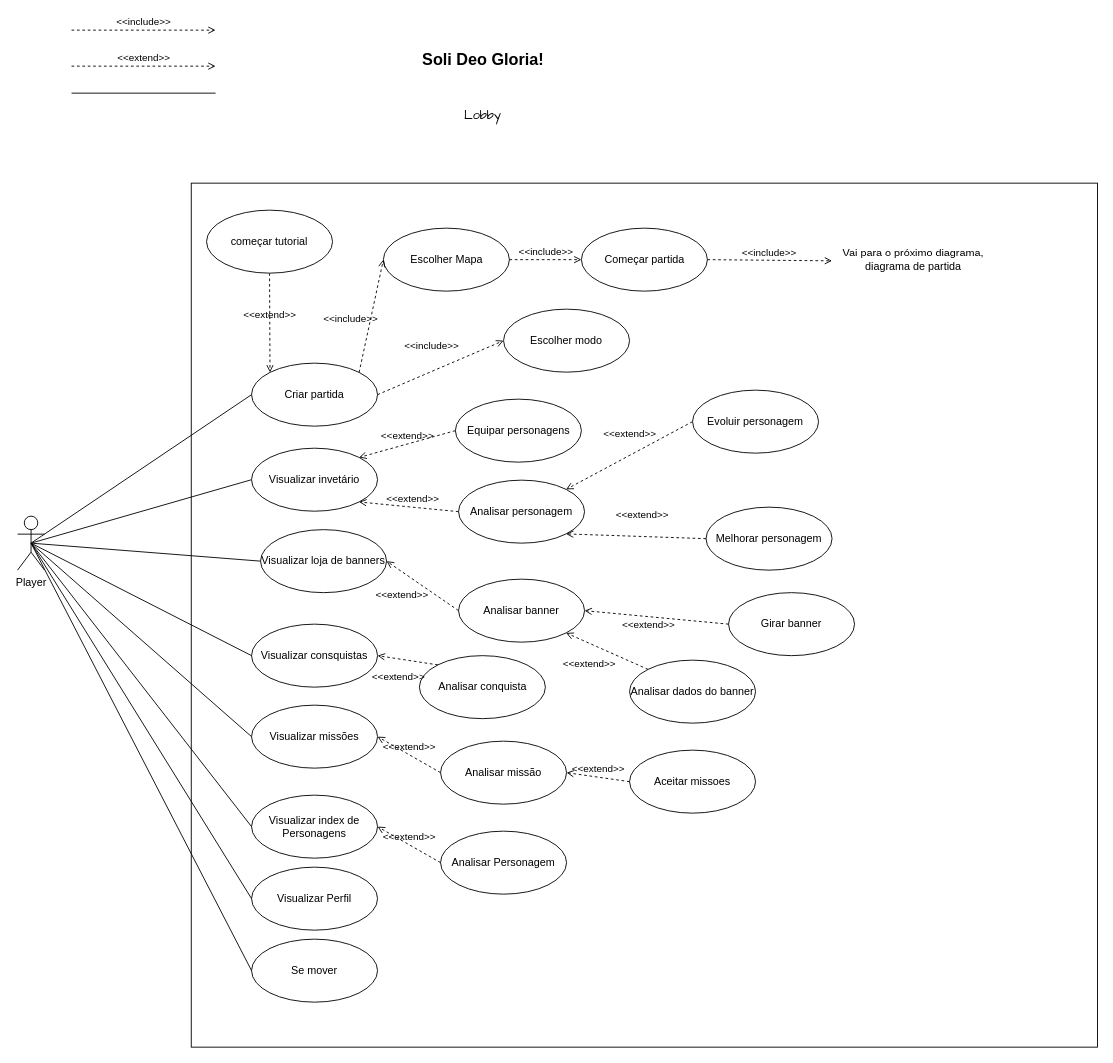
The draw.io diagram Lobby -- Diagrama Casos de Uso.drawio in DEV-0ne-Jao/Projeto-Integrador, before the edit. Source tidied: cells renumbered, new cells numbered last; positions are measured from the earlier drawing's top-left corner, leaving out a move shared by most shapes. Both pictures are drawn from the tidied source at 90%, with x=0, y=0 at pixel (17, 30).
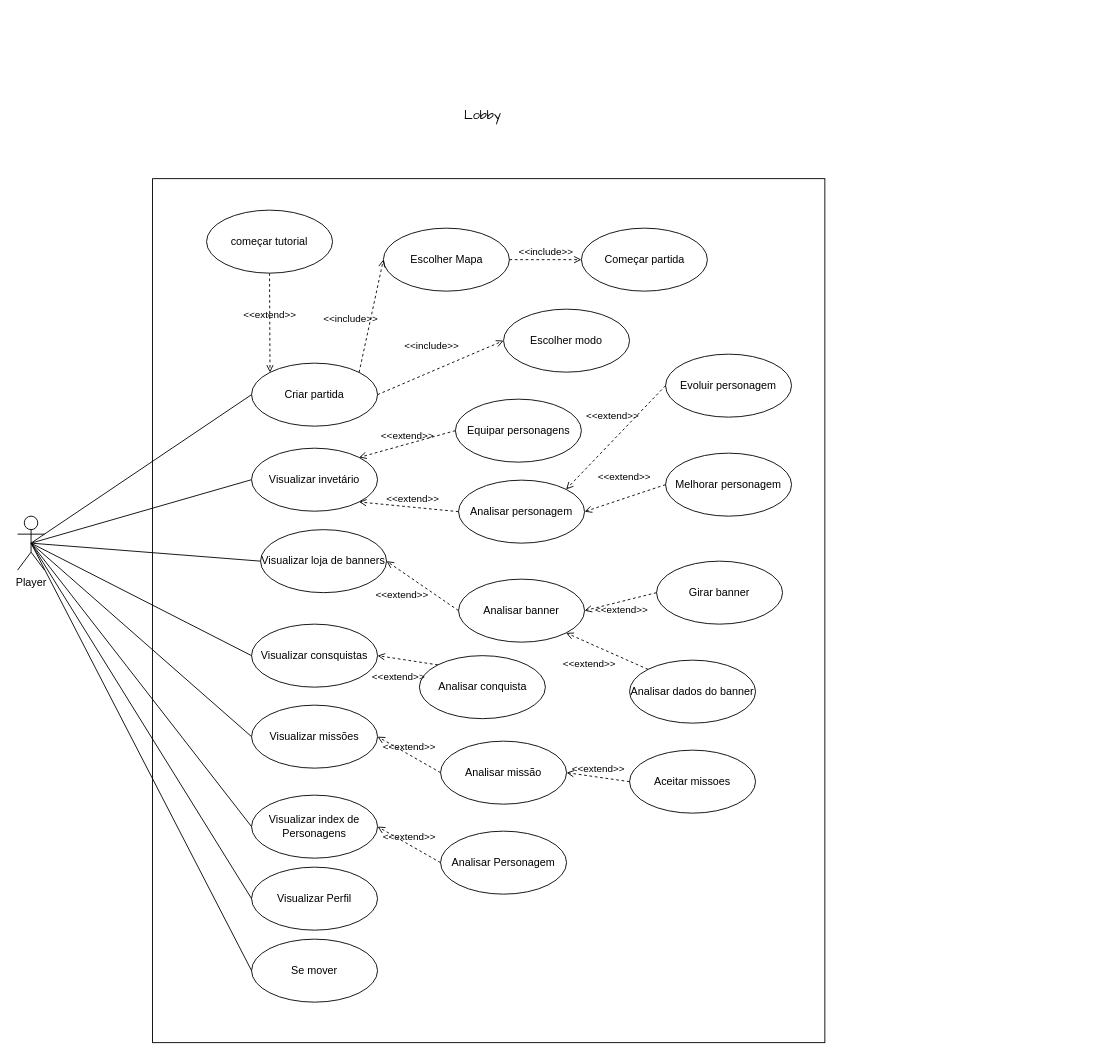
The same page after the edit.

The change refers to these unchanged cells:
```xml
<mxCell id="21" value="Começar partida" style="ellipse;whiteSpace=wrap;html=1;" parent="1" vertex="1">
  <mxGeometry x="626.5" y="220" width="140" height="70" as="geometry" />
</mxCell>
<mxCell id="33" value="Analisar personagem" style="ellipse;whiteSpace=wrap;html=1;" parent="1" vertex="1">
  <mxGeometry x="490" y="500" width="140" height="70" as="geometry" />
</mxCell>
```

Change to the diagram source:
```diff
@@
-    <mxCell id="3" value="&lt;font style=&quot;font-size: 18px;&quot;&gt;Soli Deo Gloria!&lt;/font&gt;" style="text;align=center;fontStyle=1;verticalAlign=middle;spacingLeft=3;spacingRight=3;strokeColor=none;html=1;" parent="1" vertex="1">
-      <mxGeometry x="476.5" y="20" width="80" height="26" as="geometry" />
-    </mxCell>
@@
     <mxCell id="5" style="rounded=0;whiteSpace=wrap;html=1;" parent="1" vertex="1">
-      <mxGeometry x="193" y="170" width="1007" height="960" as="geometry" />
+      <mxGeometry x="150" y="165" width="747" height="960" as="geometry" />
     </mxCell>
@@
-    <mxCell id="7" value="&amp;lt;&amp;lt;include&amp;gt;&amp;gt;" style="html=1;verticalAlign=bottom;labelBackgroundColor=none;endArrow=open;endFill=0;dashed=1;rounded=0;" parent="1" edge="1">
-      <mxGeometry relative="1" as="geometry">
-        <mxPoint x="60" as="sourcePoint" />
-        <mxPoint x="220" as="targetPoint" />
-      </mxGeometry>
-    </mxCell>
-    <mxCell id="8" value="&amp;lt;&amp;lt;extend&amp;gt;&amp;gt;" style="html=1;verticalAlign=bottom;labelBackgroundColor=none;endArrow=open;endFill=0;dashed=1;rounded=0;" parent="1" edge="1">
-      <mxGeometry relative="1" as="geometry">
-        <mxPoint x="60" y="40" as="sourcePoint" />
-        <mxPoint x="220" y="40" as="targetPoint" />
-      </mxGeometry>
-    </mxCell>
-    <mxCell id="9" style="endArrow=none;html=1;rounded=0;" parent="1" edge="1">
-      <mxGeometry relative="1" as="geometry">
-        <mxPoint x="60" y="70" as="sourcePoint" />
-        <mxPoint x="220" y="70" as="targetPoint" />
-      </mxGeometry>
-    </mxCell>
@@
     <mxCell id="24" value="Evoluir personagem" style="ellipse;whiteSpace=wrap;html=1;" parent="1" vertex="1">
-      <mxGeometry x="750" y="400" width="140" height="70" as="geometry" />
+      <mxGeometry x="720" y="360" width="140" height="70" as="geometry" />
     </mxCell>
@@
     <mxCell id="34" value="Melhorar personagem" style="ellipse;whiteSpace=wrap;html=1;" parent="1" vertex="1">
-      <mxGeometry x="765" y="530" width="140" height="70" as="geometry" />
+      <mxGeometry x="720" y="470" width="140" height="70" as="geometry" />
     </mxCell>
-    <mxCell id="35" value="&amp;lt;&amp;lt;extend&amp;gt;&amp;gt;" style="html=1;verticalAlign=bottom;labelBackgroundColor=none;endArrow=open;endFill=0;dashed=1;rounded=0;exitX=0;exitY=0.5;exitDx=0;exitDy=0;entryX=1;entryY=1;entryDx=0;entryDy=0;" parent="1" edge="1" source="34" target="33">
+    <mxCell id="35" value="&amp;lt;&amp;lt;extend&amp;gt;&amp;gt;" style="html=1;verticalAlign=bottom;labelBackgroundColor=none;endArrow=open;endFill=0;dashed=1;rounded=0;exitX=0;exitY=0.5;exitDx=0;exitDy=0;entryX=1;entryY=0.5;entryDx=0;entryDy=0;" parent="1" edge="1" source="34" target="33">
       <mxGeometry x="-0.08" y="-15" relative="1" as="geometry" />
     </mxCell>
@@
-    <mxCell id="37" value="&amp;lt;&amp;lt;include&amp;gt;&amp;gt;" style="html=1;verticalAlign=bottom;labelBackgroundColor=none;endArrow=open;endFill=0;dashed=1;rounded=0;exitX=1;exitY=0.5;exitDx=0;exitDy=0;entryX=0;entryY=0.533;entryDx=0;entryDy=0;entryPerimeter=0;" parent="1" edge="1" source="21" target="38">
-      <mxGeometry relative="1" as="geometry" />
-    </mxCell>
-    <mxCell id="38" value="Vai para o próximo diagrama,&lt;div&gt;diagrama de partida&lt;/div&gt;" style="text;html=1;align=center;verticalAlign=middle;points=[];strokeColor=none;fillColor=none;" parent="1" vertex="1">
-      <mxGeometry x="905" y="235" width="180" height="40" as="geometry" />
-    </mxCell>
@@
     <mxCell id="42" value="Girar banner" style="ellipse;whiteSpace=wrap;html=1;" parent="1" vertex="1">
-      <mxGeometry x="790" y="625" width="140" height="70" as="geometry" />
+      <mxGeometry x="710" y="590" width="140" height="70" as="geometry" />
     </mxCell>
```
